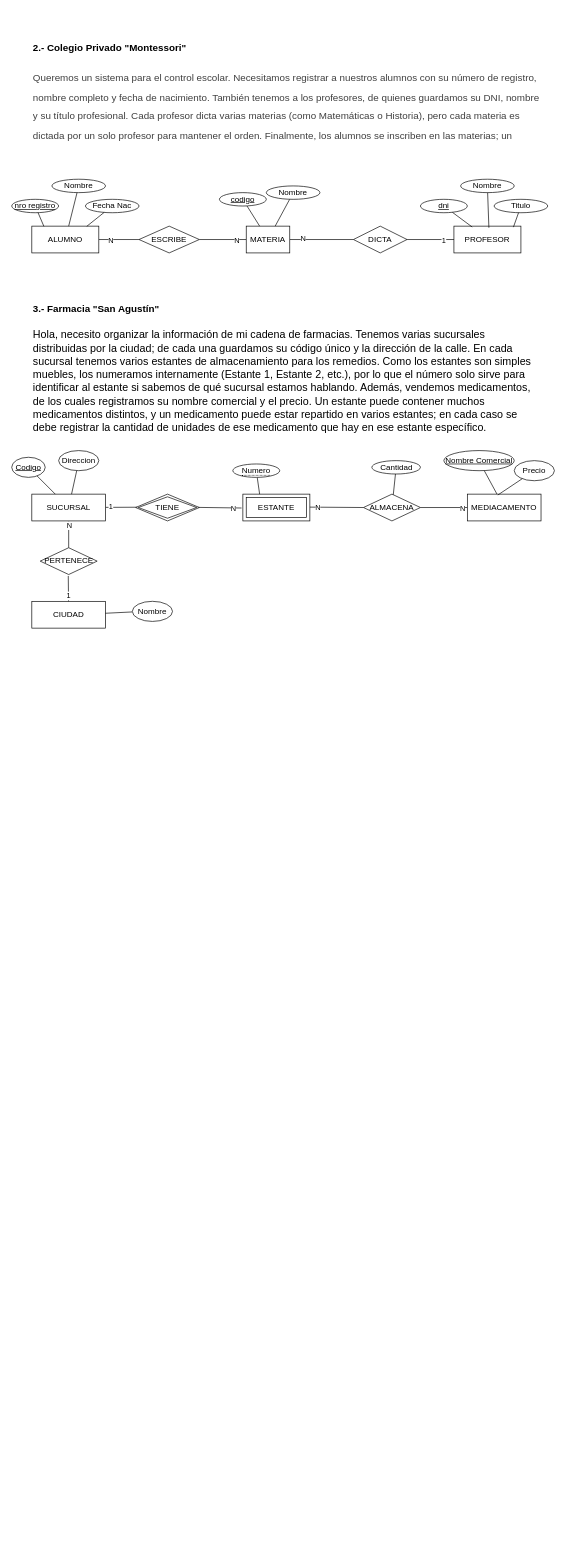
netryno/Base-Datos-I keeps this draw.io diagram as 02 tarea bd ER.drawio. Above is the earlier version. Source tidied: cells renumbered, new cells numbered last; positions are measured from the earlier drawing's top-left corner, leaving out a move shared by most shapes. Both pictures are drawn from the tidied source at 67%, with x=0, y=0 at pixel (11, 31).
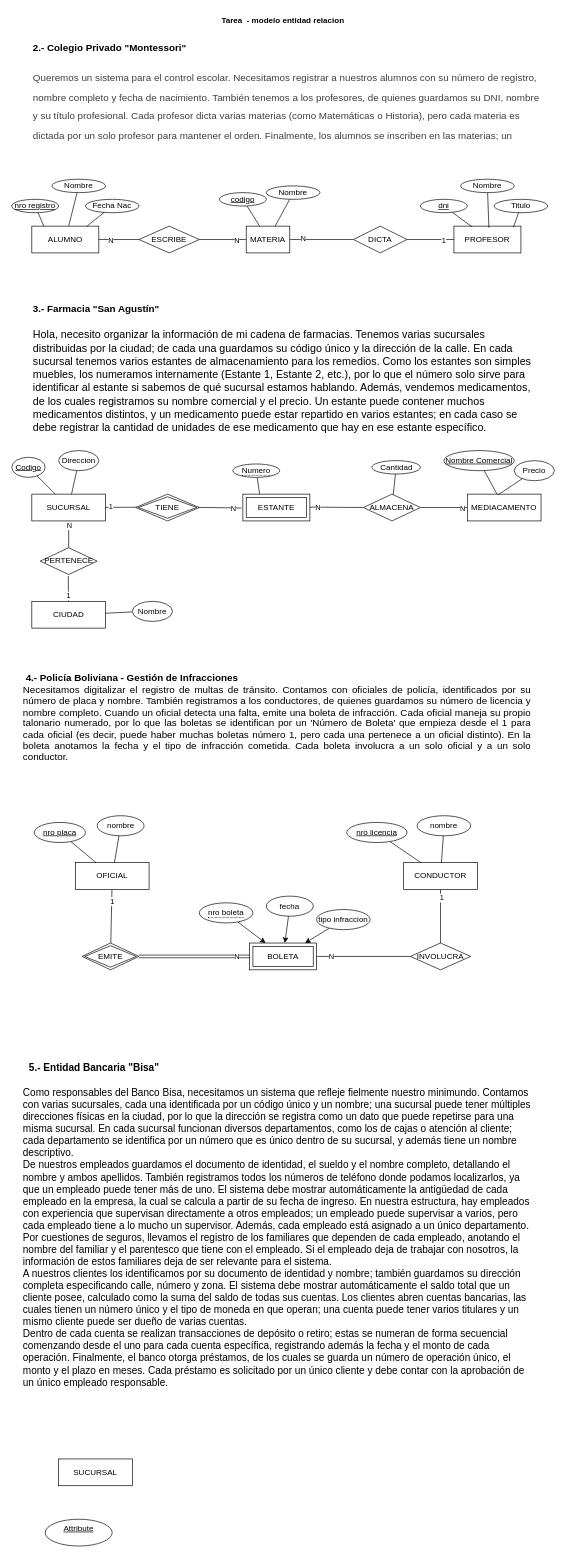
After the change.

The edit, as a diff of the source:
```diff
@@
+    <mxCell id="66" value="&lt;h1 style=&quot;margin-top: 0px; margin-bottom: 0px;&quot;&gt;&lt;p style=&quot;margin: 0cm -23.3pt 0.0001pt -21.25pt; line-height: 16.8667px; font-size: 11pt; font-family: Arial, sans-serif; color: rgb(0, 0, 0); font-weight: 400; text-align: justify;&quot; class=&quot;MsoNormal&quot;&gt;&lt;b&gt;&lt;span lang=&quot;es-419&quot;&gt;&lt;span style=&quot;white-space: pre;&quot;&gt;&#9;&lt;/span&gt;4.- Policía Boliviana - Gestión de Infracciones&lt;/span&gt;&lt;/b&gt;&lt;/p&gt;&lt;p style=&quot;margin: 0cm 0px 0px; line-height: 16.8667px; font-size: 11pt; font-family: Arial, sans-serif; color: rgb(0, 0, 0); font-weight: 400; text-align: justify;&quot; class=&quot;MsoNormal&quot;&gt;&lt;span lang=&quot;es-419&quot;&gt;Necesitamos digitalizar el registro de multas de tránsito. Contamos con oficiales de policía, identificados por su número de placa y nombre. También registramos a los conductores, de quienes guardamos su número de licencia y nombre completo. Cuando un oficial detecta una falta, emite una boleta de infracción. Cada oficial maneja su propio talonario numerado, por lo que las boletas se identifican por un 'Número de Boleta' que empieza desde el 1 para cada oficial (es decir, puede haber muchas boletas número 1, pero cada una pertenece a un oficial distinto). En la boleta anotamos la fecha y el tipo de infracción cometida. Cada boleta involucra a un solo oficial y a un solo conductor.&lt;/span&gt;&lt;/p&gt;&lt;/h1&gt;" style="text;html=1;whiteSpace=wrap;overflow=hidden;rounded=0;" parent="1" vertex="1">
+      <mxGeometry x="15" y="950" width="760" height="230" as="geometry" />
+    </mxCell>
+    <mxCell id="67" value="&lt;b&gt;Tarea&amp;nbsp; - modelo entidad relacion&lt;/b&gt;&lt;div&gt;&lt;br&gt;&lt;/div&gt;" style="text;strokeColor=none;fillColor=none;spacingLeft=4;spacingRight=4;overflow=hidden;fontSize=12;whiteSpace=wrap;html=1;align=center;" parent="1" vertex="1">
+      <mxGeometry x="230" y="-30" width="350" height="30" as="geometry" />
+    </mxCell>
+    <mxCell id="68" style="edgeStyle=none;html=1;entryX=0.5;entryY=0;entryDx=0;entryDy=0;endArrow=none;endFill=0;" parent="1" edge="1" source="70" target="80">
+      <mxGeometry relative="1" as="geometry" />
+    </mxCell>
+    <mxCell id="69" value="1" style="edgeLabel;html=1;align=center;verticalAlign=middle;" parent="68" vertex="1">
+      <mxGeometry x="-0.69" y="1" relative="1" as="geometry" />
+    </mxCell>
+    <mxCell id="70" value="CONDUCTOR" style="whiteSpace=wrap;html=1;align=center;" parent="1" vertex="1">
+      <mxGeometry x="585" y="1240" width="110" height="40" as="geometry" />
+    </mxCell>
+    <mxCell id="71" style="edgeStyle=none;html=1;endArrow=none;endFill=0;" parent="1" edge="1" source="73" target="79">
+      <mxGeometry relative="1" as="geometry" />
+    </mxCell>
+    <mxCell id="72" value="1" style="edgeLabel;html=1;align=center;verticalAlign=middle;" parent="71" vertex="1">
+      <mxGeometry x="-0.56" relative="1" as="geometry" />
+    </mxCell>
+    <mxCell id="73" value="OFICIAL" style="whiteSpace=wrap;html=1;align=center;" parent="1" vertex="1">
+      <mxGeometry x="95" y="1240" width="110" height="40" as="geometry" />
+    </mxCell>
+    <mxCell id="74" style="edgeStyle=none;html=1;entryX=0;entryY=0.5;entryDx=0;entryDy=0;endArrow=none;endFill=0;" parent="1" edge="1" source="76" target="80">
+      <mxGeometry relative="1" as="geometry" />
+    </mxCell>
+    <mxCell id="75" value="N" style="edgeLabel;html=1;align=center;verticalAlign=middle;" parent="74" vertex="1">
+      <mxGeometry x="-0.75" y="3" relative="1" as="geometry">
+        <mxPoint x="3" y="3" as="offset" />
+      </mxGeometry>
+    </mxCell>
+    <mxCell id="76" value="BOLETA" style="shape=ext;margin=3;double=1;whiteSpace=wrap;html=1;align=center;" parent="1" vertex="1">
+      <mxGeometry x="355" y="1360" width="100" height="40" as="geometry" />
+    </mxCell>
+    <mxCell id="77" style="edgeStyle=none;html=1;endArrow=none;endFill=0;shape=link;" parent="1" edge="1" source="79" target="76">
+      <mxGeometry relative="1" as="geometry" />
+    </mxCell>
+    <mxCell id="78" value="N" style="edgeLabel;html=1;align=center;verticalAlign=middle;" parent="77" vertex="1">
+      <mxGeometry x="0.76" relative="1" as="geometry" />
+    </mxCell>
+    <mxCell id="79" value="EMITE" style="shape=rhombus;double=1;perimeter=rhombusPerimeter;whiteSpace=wrap;html=1;align=center;" parent="1" vertex="1">
+      <mxGeometry x="105" y="1360" width="85" height="40" as="geometry" />
+    </mxCell>
+    <mxCell id="80" value="INVOLUCRA" style="shape=rhombus;perimeter=rhombusPerimeter;whiteSpace=wrap;html=1;align=center;" parent="1" vertex="1">
+      <mxGeometry x="595" y="1360" width="90" height="40" as="geometry" />
+    </mxCell>
+    <mxCell id="81" style="edgeStyle=none;html=1;" parent="1" edge="1" source="82" target="76">
+      <mxGeometry relative="1" as="geometry" />
+    </mxCell>
+    <mxCell id="82" value="&lt;span style=&quot;border-bottom: 1px dotted&quot;&gt;nro boleta&lt;/span&gt;" style="ellipse;whiteSpace=wrap;html=1;align=center;" parent="1" vertex="1">
+      <mxGeometry x="280" y="1300" width="80" height="30" as="geometry" />
+    </mxCell>
+    <mxCell id="83" style="edgeStyle=none;html=1;endArrow=none;endFill=0;" parent="1" edge="1" source="84" target="73">
+      <mxGeometry relative="1" as="geometry" />
+    </mxCell>
+    <mxCell id="84" value="nro placa" style="ellipse;whiteSpace=wrap;html=1;align=center;fontStyle=4;" parent="1" vertex="1">
+      <mxGeometry x="33.8" y="1180" width="76.2" height="30" as="geometry" />
+    </mxCell>
+    <mxCell id="85" style="edgeStyle=none;html=1;endArrow=none;endFill=0;" parent="1" edge="1" source="86" target="73">
+      <mxGeometry relative="1" as="geometry" />
+    </mxCell>
+    <mxCell id="86" value="nombre" style="ellipse;whiteSpace=wrap;html=1;align=center;" parent="1" vertex="1">
+      <mxGeometry x="127.5" y="1170" width="70" height="30" as="geometry" />
+    </mxCell>
+    <mxCell id="87" style="edgeStyle=none;html=1;endArrow=none;endFill=0;" parent="1" edge="1" source="88" target="70">
+      <mxGeometry relative="1" as="geometry" />
+    </mxCell>
+    <mxCell id="88" value="nro licencia" style="ellipse;whiteSpace=wrap;html=1;align=center;fontStyle=4;" parent="1" vertex="1">
+      <mxGeometry x="500" y="1180" width="90" height="30" as="geometry" />
+    </mxCell>
+    <mxCell id="89" style="edgeStyle=none;html=1;endArrow=none;endFill=0;" parent="1" edge="1" source="90" target="70">
+      <mxGeometry relative="1" as="geometry" />
+    </mxCell>
+    <mxCell id="90" value="nombre" style="ellipse;whiteSpace=wrap;html=1;align=center;" parent="1" vertex="1">
+      <mxGeometry x="605" y="1170" width="80" height="30" as="geometry" />
+    </mxCell>
+    <mxCell id="91" style="edgeStyle=none;html=1;" parent="1" edge="1" source="92" target="76">
+      <mxGeometry relative="1" as="geometry" />
+    </mxCell>
+    <mxCell id="92" value="fecha" style="ellipse;whiteSpace=wrap;html=1;align=center;" parent="1" vertex="1">
+      <mxGeometry x="380" y="1290" width="70" height="30" as="geometry" />
+    </mxCell>
+    <mxCell id="93" style="edgeStyle=none;html=1;" parent="1" edge="1" source="94" target="76">
+      <mxGeometry relative="1" as="geometry" />
+    </mxCell>
+    <mxCell id="94" value="tipo infraccion" style="ellipse;whiteSpace=wrap;html=1;align=center;" parent="1" vertex="1">
+      <mxGeometry x="455" y="1310" width="80" height="30" as="geometry" />
+    </mxCell>
+    <mxCell id="95" value="&#10;Como responsables del Banco Bisa, necesitamos un sistema que refleje fielmente nuestro minimundo. Contamos con varias sucursales, cada una identificada por un código único y un nombre; una sucursal puede tener múltiples direcciones físicas en la ciudad, por lo que la dirección se registra como un dato que puede repetirse para una misma sucursal. En cada sucursal funcionan diversos departamentos, como los de cajas o atención al cliente; cada departamento se identifica por un número que es único dentro de su sucursal, y además tiene un nombre descriptivo.&#10;De nuestros empleados guardamos el documento de identidad, el sueldo y el nombre completo, detallando el nombre y ambos apellidos. También registramos todos los números de teléfono donde podamos localizarlos, ya que un empleado puede tener más de uno. El sistema debe mostrar automáticamente la antigüedad de cada empleado en la empresa, la cual se calcula a partir de su fecha de ingreso. En nuestra estructura, hay empleados con experiencia que supervisan directamente a otros empleados; un empleado puede supervisar a varios, pero cada empleado tiene a lo mucho un supervisor. Además, cada empleado está asignado a un único departamento.&#10;Por cuestiones de seguros, llevamos el registro de los familiares que dependen de cada empleado, anotando el nombre del familiar y el parentesco que tiene con el empleado. Si el empleado deja de trabajar con nosotros, la información de estos familiares deja de ser relevante para el sistema.&#10;A nuestros clientes los identificamos por su documento de identidad y nombre; también guardamos su dirección completa especificando calle, número y zona. El sistema debe mostrar automáticamente el saldo total que un cliente posee, calculado como la suma del saldo de todas sus cuentas. Los clientes abren cuentas bancarias, las cuales tienen un número único y el tipo de moneda en que operan; una cuenta puede tener varios titulares y un mismo cliente puede ser dueño de varias cuentas.&#10;Dentro de cada cuenta se realizan transacciones de depósito o retiro; estas se numeran de forma secuencial comenzando desde el uno para cada cuenta específica, registrando además la fecha y el monto de cada operación. Finalmente, el banco otorga préstamos, de los cuales se guarda un número de operación único, el monto y el plazo en meses. Cada préstamo es solicitado por un único cliente y debe contar con la aprobación de un único empleado responsable." style="text;overflow=hidden;rounded=0;imageAspect=1;whiteSpace=wrap;fontSize=15;" parent="1" vertex="1">
+      <mxGeometry x="15" y="1550" width="765" height="550" as="geometry" />
+    </mxCell>
+    <mxCell id="96" value="&lt;span style=&quot;color: rgb(0, 0, 0); font-size: 15px;&quot;&gt;&lt;b&gt;5.- Entidad Bancaria &quot;Bisa&quot;&lt;/b&gt;&lt;/span&gt;" style="text;strokeColor=none;fillColor=none;spacingLeft=4;spacingRight=4;overflow=hidden;fontSize=12;whiteSpace=wrap;html=1;fontFamily=Helvetica;fontColor=default;" parent="1" vertex="1">
+      <mxGeometry x="20" y="1530" width="260" height="30" as="geometry" />
+    </mxCell>
+    <mxCell id="97" value="SUCURSAL" style="whiteSpace=wrap;html=1;align=center;" parent="1" vertex="1">
+      <mxGeometry x="70" y="2130" width="110" height="40" as="geometry" />
+    </mxCell>
+    <mxCell id="98" value="Attribute" style="ellipse;whiteSpace=wrap;html=1;align=center;fontStyle=4;rounded=0;verticalAlign=top;fontFamily=Helvetica;fontSize=12;fontColor=default;fillColor=none;gradientColor=none;" parent="1" vertex="1">
+      <mxGeometry x="50" y="2220" width="100" height="40" as="geometry" />
+    </mxCell>
```
